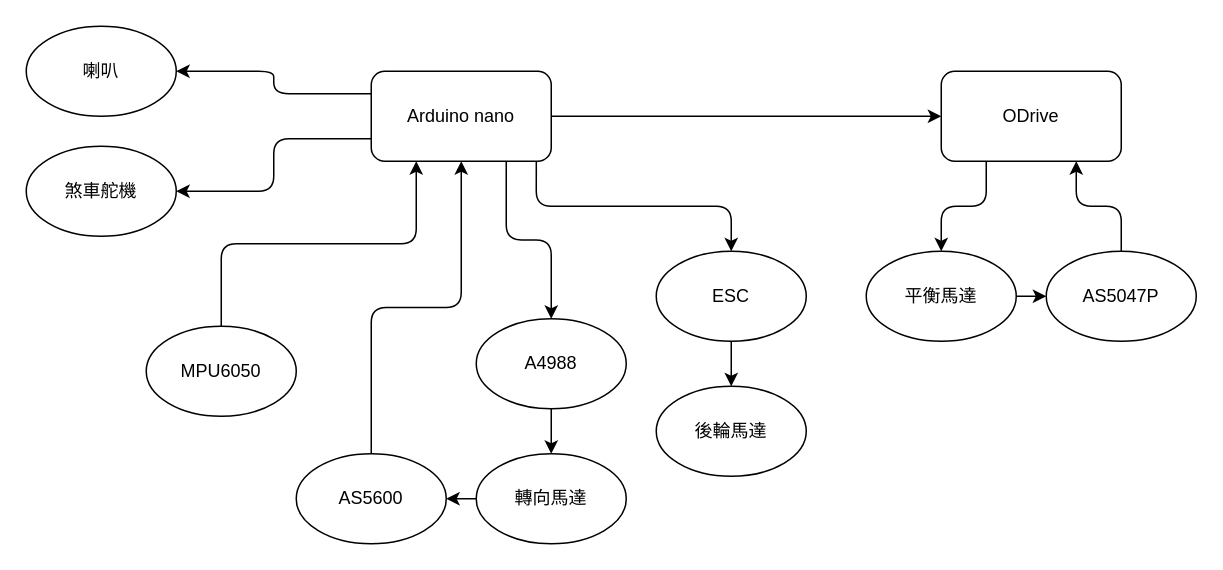
The draw.io diagram page "MCU1 & ODrive" (2 of 3) of structure.drawio in pkbbkphey/MakeNTU2025, before the edit. Source tidied: cells renumbered, new cells numbered last; positions are measured from the earlier drawing's top-left corner, leaving out a move shared by most shapes. Both pictures are drawn from the tidied source at 150%, with x=0, y=0 at pixel (26, 26).
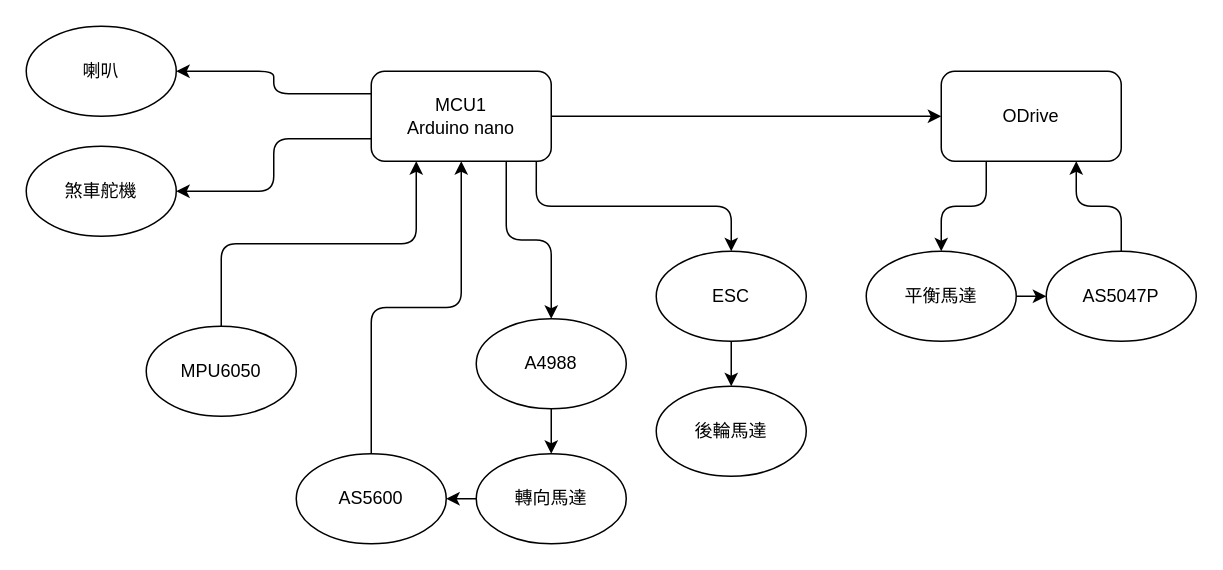
Above is the later version.

The edit, as a diff of the source:
```diff
@@
-    <mxCell id="13" value="Arduino nano" style="rounded=1;whiteSpace=wrap;html=1;" parent="1" vertex="1">
+    <mxCell id="13" value="&lt;div&gt;MCU1&lt;/div&gt;Arduino nano" style="rounded=1;whiteSpace=wrap;html=1;" parent="1" vertex="1">
       <mxGeometry x="230" y="30" width="120" height="60" as="geometry" />
     </mxCell>
```
